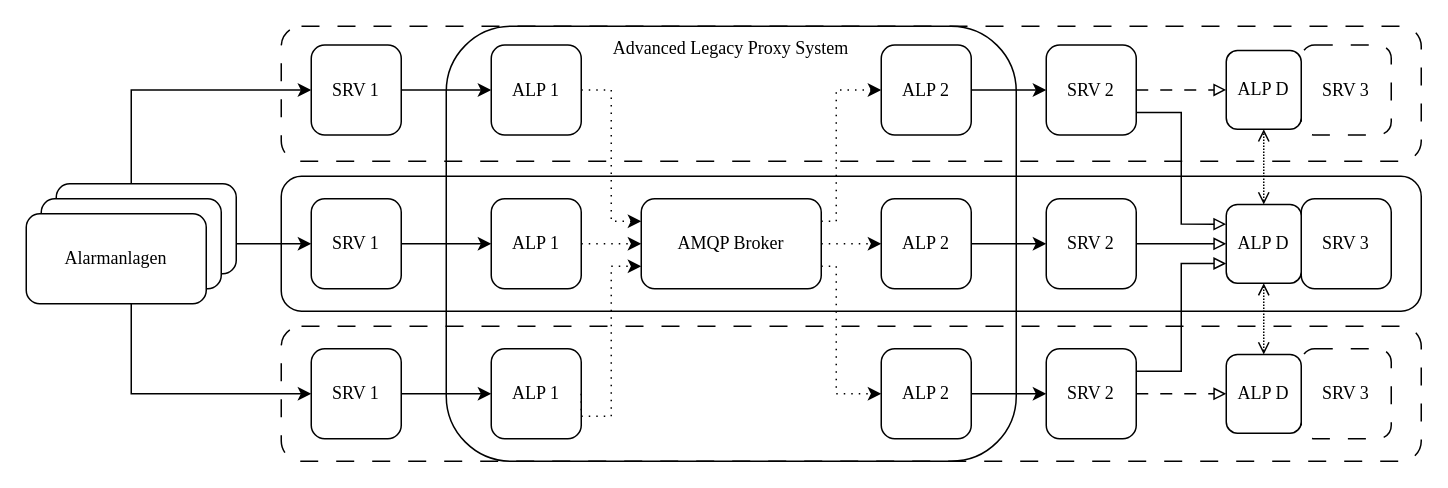
Above: drawio/alps_super_squashed.drawio in JadKHaddad/MT (draw.io), before the change. Source tidied: cells renumbered, new cells numbered last; positions are measured from the earlier drawing's top-left corner, leaving out a move shared by most shapes. Both pictures are drawn from the tidied source at 150%, with x=0, y=0 at pixel (26, 26).
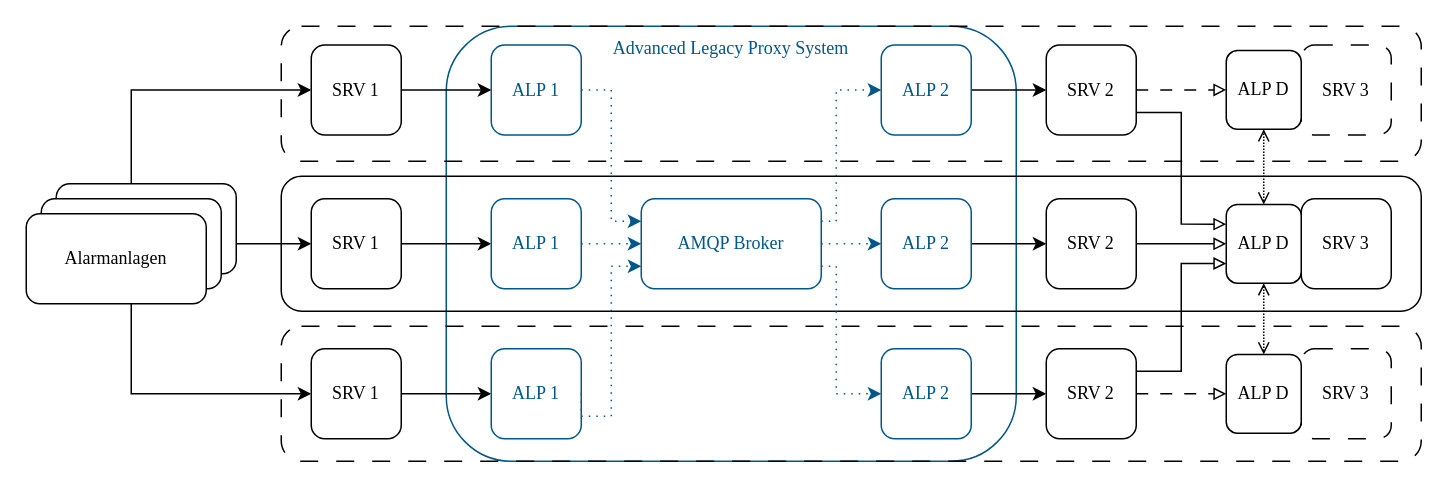
The same diagram, later.

Change to the diagram source:
```diff
@@
-    <mxCell id="2" style="rounded=1;whiteSpace=wrap;html=1;glass=0;shadow=0;roundedPerimeter=1;fontFamily=Times New Roman;" parent="1" vertex="1">
+    <mxCell id="2" style="rounded=1;whiteSpace=wrap;html=1;glass=0;shadow=0;roundedPerimeter=1;fontFamily=Times New Roman;fontColor=#00578A;strokeColor=#00578A;" parent="1" vertex="1">
       <mxGeometry x="280" width="380" height="290" as="geometry" />
     </mxCell>
@@
-    <mxCell id="26" value="ALP 1" style="rounded=1;whiteSpace=wrap;html=1;fontFamily=Times New Roman;" parent="1" vertex="1">
+    <mxCell id="26" value="ALP 1" style="rounded=1;whiteSpace=wrap;html=1;fontFamily=Times New Roman;strokeColor=#00578A;fontColor=#00578A;" parent="1" vertex="1">
       <mxGeometry x="310" y="12.5" width="60" height="60" as="geometry" />
     </mxCell>
@@
-    <mxCell id="28" value="ALP 2" style="rounded=1;whiteSpace=wrap;html=1;fontFamily=Times New Roman;" parent="1" vertex="1">
+    <mxCell id="28" value="ALP 2" style="rounded=1;whiteSpace=wrap;html=1;fontFamily=Times New Roman;strokeColor=#00578A;fontColor=#00578A;" parent="1" vertex="1">
       <mxGeometry x="570" y="12.5" width="60" height="60" as="geometry" />
     </mxCell>
-    <mxCell id="29" value="AMQP Broker" style="rounded=1;whiteSpace=wrap;html=1;fontFamily=Times New Roman;" parent="1" vertex="1">
+    <mxCell id="29" value="AMQP Broker" style="rounded=1;whiteSpace=wrap;html=1;fontFamily=Times New Roman;strokeColor=#00578A;fontColor=#00578A;" parent="1" vertex="1">
       <mxGeometry x="410" y="115" width="120" height="60" as="geometry" />
     </mxCell>
@@
-    <mxCell id="32" style="edgeStyle=orthogonalEdgeStyle;rounded=0;jettySize=auto;html=1;exitX=1;exitY=0.5;exitDx=0;exitDy=0;entryX=0;entryY=0.5;entryDx=0;entryDy=0;dashed=1;dashPattern=1 4;fontFamily=Times New Roman;" parent="1" edge="1" source="38" target="29">
+    <mxCell id="32" style="edgeStyle=orthogonalEdgeStyle;rounded=0;jettySize=auto;html=1;exitX=1;exitY=0.5;exitDx=0;exitDy=0;entryX=0;entryY=0.5;entryDx=0;entryDy=0;dashed=1;dashPattern=1 4;fontFamily=Times New Roman;strokeColor=#00578A;" parent="1" edge="1" source="38" target="29">
       <mxGeometry relative="1" as="geometry" />
     </mxCell>
@@
-    <mxCell id="36" value="ALP 2" style="rounded=1;whiteSpace=wrap;html=1;fontFamily=Times New Roman;" parent="1" vertex="1">
+    <mxCell id="36" value="ALP 2" style="rounded=1;whiteSpace=wrap;html=1;fontFamily=Times New Roman;strokeColor=#00578A;fontColor=#00578A;" parent="1" vertex="1">
       <mxGeometry x="570" y="115" width="60" height="60" as="geometry" />
     </mxCell>
-    <mxCell id="37" value="ALP 2" style="rounded=1;whiteSpace=wrap;html=1;fontFamily=Times New Roman;" parent="1" vertex="1">
+    <mxCell id="37" value="ALP 2" style="rounded=1;whiteSpace=wrap;html=1;fontFamily=Times New Roman;strokeColor=#00578A;fontColor=#00578A;" parent="1" vertex="1">
       <mxGeometry x="570" y="215" width="60" height="60" as="geometry" />
     </mxCell>
-    <mxCell id="38" value="ALP 1" style="rounded=1;whiteSpace=wrap;html=1;fontFamily=Times New Roman;" parent="1" vertex="1">
+    <mxCell id="38" value="ALP 1" style="rounded=1;whiteSpace=wrap;html=1;fontFamily=Times New Roman;strokeColor=#00578A;fontColor=#00578A;" parent="1" vertex="1">
       <mxGeometry x="310" y="115" width="60" height="60" as="geometry" />
     </mxCell>
-    <mxCell id="39" value="ALP 1" style="rounded=1;whiteSpace=wrap;html=1;fontFamily=Times New Roman;" parent="1" vertex="1">
+    <mxCell id="39" value="ALP 1" style="rounded=1;whiteSpace=wrap;html=1;fontFamily=Times New Roman;strokeColor=#00578A;fontColor=#00578A;" parent="1" vertex="1">
       <mxGeometry x="310" y="215" width="60" height="60" as="geometry" />
     </mxCell>
-    <mxCell id="40" value="Advanced Legacy Proxy System" style="text;html=1;whiteSpace=wrap;strokeColor=none;fillColor=none;align=center;verticalAlign=middle;rounded=0;fontSize=12;fontFamily=Times New Roman;" parent="1" vertex="1">
+    <mxCell id="40" value="Advanced Legacy Proxy System" style="text;html=1;whiteSpace=wrap;strokeColor=none;fillColor=none;align=center;verticalAlign=middle;rounded=0;fontSize=12;fontFamily=Times New Roman;fontColor=#00578A;" parent="1" vertex="1">
       <mxGeometry x="360" width="220" height="30" as="geometry" />
     </mxCell>
-    <mxCell id="41" style="edgeStyle=orthogonalEdgeStyle;rounded=0;jettySize=auto;html=1;exitX=1;exitY=0.5;exitDx=0;exitDy=0;entryX=0;entryY=0.5;entryDx=0;entryDy=0;dashed=1;dashPattern=1 4;fontFamily=Times New Roman;" parent="1" edge="1" source="29" target="36">
+    <mxCell id="41" style="edgeStyle=orthogonalEdgeStyle;rounded=0;jettySize=auto;html=1;exitX=1;exitY=0.5;exitDx=0;exitDy=0;entryX=0;entryY=0.5;entryDx=0;entryDy=0;dashed=1;dashPattern=1 4;fontFamily=Times New Roman;strokeColor=#00578A;" parent="1" edge="1" source="29" target="36">
       <mxGeometry relative="1" as="geometry" />
     </mxCell>
-    <mxCell id="42" style="edgeStyle=orthogonalEdgeStyle;rounded=0;jettySize=auto;html=1;exitX=1;exitY=0.75;exitDx=0;exitDy=0;entryX=0;entryY=0.5;entryDx=0;entryDy=0;dashed=1;dashPattern=1 4;fontFamily=Times New Roman;" parent="1" edge="1" source="29" target="37">
+    <mxCell id="42" style="edgeStyle=orthogonalEdgeStyle;rounded=0;jettySize=auto;html=1;exitX=1;exitY=0.75;exitDx=0;exitDy=0;entryX=0;entryY=0.5;entryDx=0;entryDy=0;dashed=1;dashPattern=1 4;fontFamily=Times New Roman;strokeColor=#00578A;" parent="1" edge="1" source="29" target="37">
       <mxGeometry x="0.56" relative="1" as="geometry">
         <Array as="points">
           <mxPoint x="540" y="160" />
           <mxPoint x="540" y="245" />
         </Array>
       </mxGeometry>
     </mxCell>
-    <mxCell id="43" style="edgeStyle=orthogonalEdgeStyle;rounded=0;jettySize=auto;html=1;exitX=1;exitY=0.25;exitDx=0;exitDy=0;entryX=0;entryY=0.5;entryDx=0;entryDy=0;dashed=1;dashPattern=1 4;fontFamily=Times New Roman;" parent="1" edge="1" source="29" target="28">
+    <mxCell id="43" style="edgeStyle=orthogonalEdgeStyle;rounded=0;jettySize=auto;html=1;exitX=1;exitY=0.25;exitDx=0;exitDy=0;entryX=0;entryY=0.5;entryDx=0;entryDy=0;dashed=1;dashPattern=1 4;fontFamily=Times New Roman;strokeColor=#00578A;" parent="1" edge="1" source="29" target="28">
       <mxGeometry x="0.69" relative="1" as="geometry">
         <Array as="points">
           <mxPoint x="540" y="130" />
           <mxPoint x="540" y="42.5" />
         </Array>
       </mxGeometry>
     </mxCell>
-    <mxCell id="44" style="edgeStyle=orthogonalEdgeStyle;rounded=0;jettySize=auto;html=1;exitX=1;exitY=0.5;exitDx=0;exitDy=0;entryX=0;entryY=0.25;entryDx=0;entryDy=0;dashed=1;dashPattern=1 4;fontFamily=Times New Roman;" parent="1" edge="1" source="26" target="29">
+    <mxCell id="44" style="edgeStyle=orthogonalEdgeStyle;rounded=0;jettySize=auto;html=1;exitX=1;exitY=0.5;exitDx=0;exitDy=0;entryX=0;entryY=0.25;entryDx=0;entryDy=0;dashed=1;dashPattern=1 4;fontFamily=Times New Roman;strokeColor=#00578A;" parent="1" edge="1" source="26" target="29">
       <mxGeometry x="-0.69" relative="1" as="geometry" />
     </mxCell>
-    <mxCell id="45" style="edgeStyle=orthogonalEdgeStyle;rounded=0;jettySize=auto;html=1;exitX=1;exitY=0.5;exitDx=0;exitDy=0;entryX=0;entryY=0.75;entryDx=0;entryDy=0;dashed=1;dashPattern=1 4;fontFamily=Times New Roman;" parent="1" edge="1" source="39" target="29">
+    <mxCell id="45" style="edgeStyle=orthogonalEdgeStyle;rounded=0;jettySize=auto;html=1;exitX=1;exitY=0.5;exitDx=0;exitDy=0;entryX=0;entryY=0.75;entryDx=0;entryDy=0;dashed=1;dashPattern=1 4;fontFamily=Times New Roman;strokeColor=#00578A;" parent="1" edge="1" source="39" target="29">
       <mxGeometry x="-0.54" relative="1" as="geometry">
         <Array as="points">
           <mxPoint x="370" y="260" />
           <mxPoint x="390" y="260" />
           <mxPoint x="390" y="160" />
         </Array>
       </mxGeometry>
     </mxCell>
```
